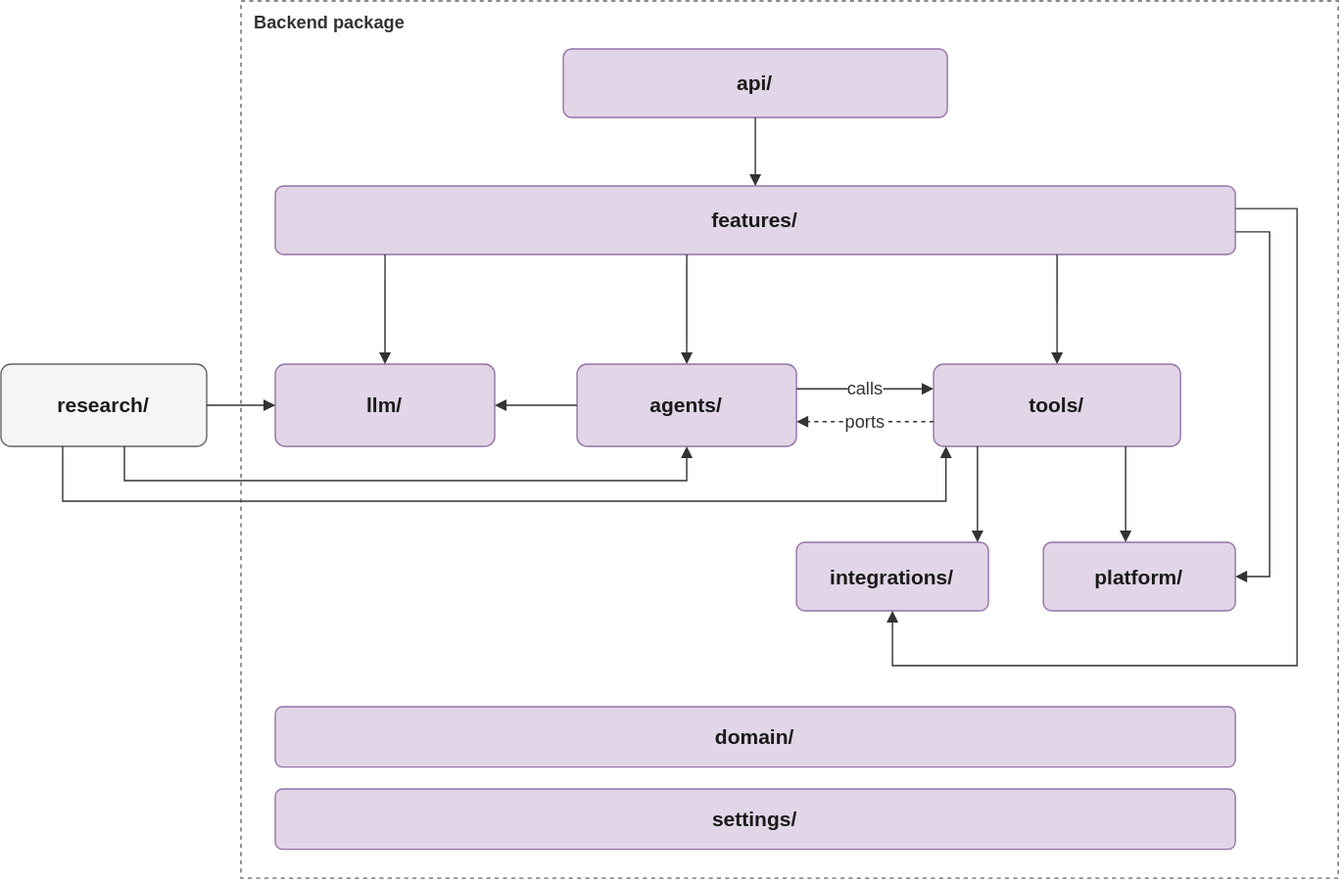
Before: docs/architecture/diagrams/backend-modules.drawio.svg, a diagram exported from draw.io (nhinguyen140809/khoai-lang-graph). Source tidied: cells renumbered, new cells last; positions are measured from the earlier drawing's top-left corner, leaving out a move shared by most shapes.
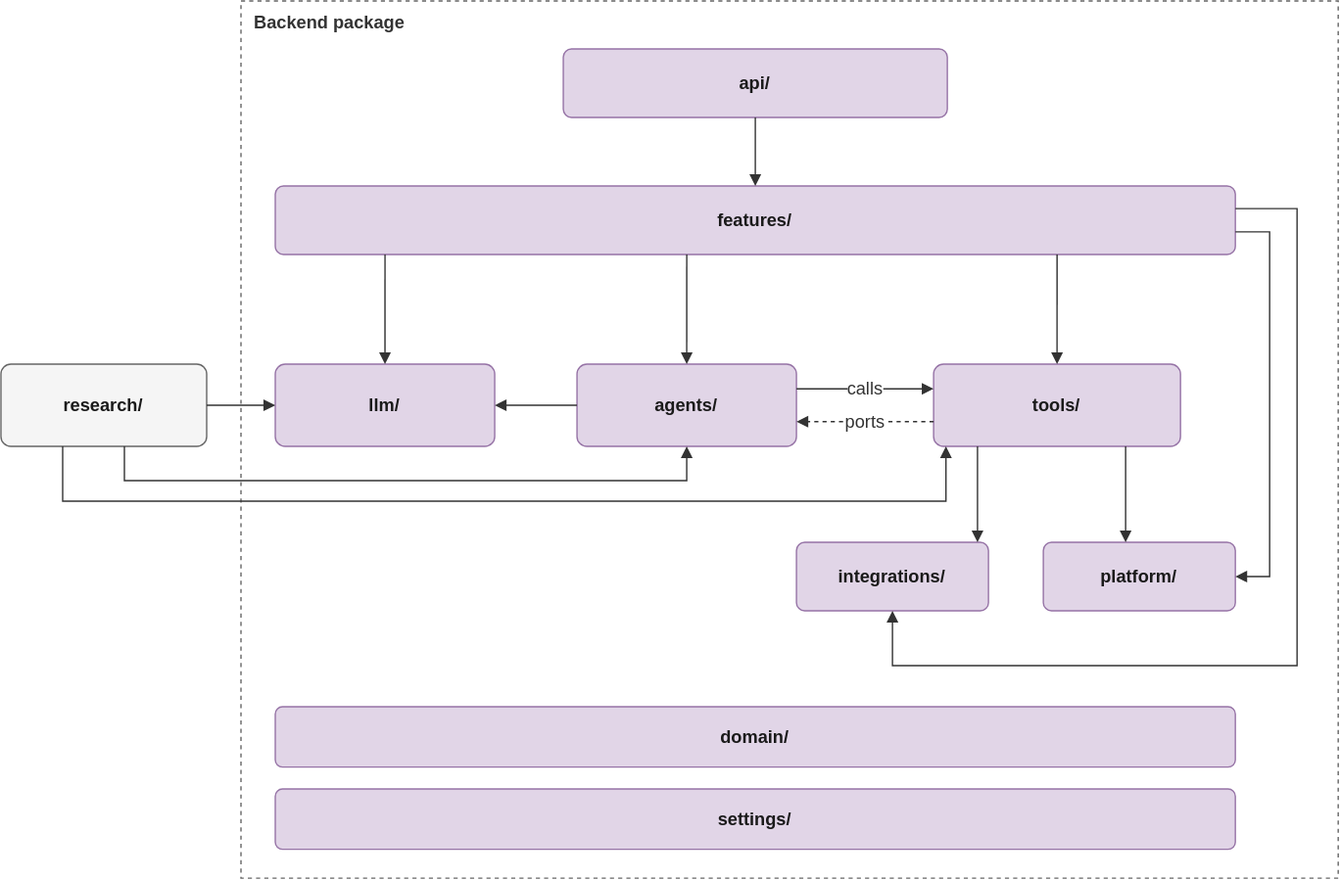
Later version of the same file.

Change to the diagram source:
```diff
@@ -5,34 +5,34 @@
     <mxCell id="2" value="Backend package" style="rounded=0;whiteSpace=wrap;html=1;dashed=1;fillColor=none;strokeColor=#666666;verticalAlign=top;align=left;spacingLeft=8;spacingTop=2;fontStyle=1;fontSize=13;fontColor=#333333;" parent="1" vertex="1">
       <mxGeometry x="175" width="800" height="640" as="geometry" />
     </mxCell>
-    <mxCell id="3" value="&lt;span style=&quot;font-size: 15px;&quot;&gt;&lt;b&gt;api/&lt;/b&gt;&lt;/span&gt;" style="rounded=1;arcSize=12;whiteSpace=wrap;html=1;fillColor=#e1d5e7;strokeColor=#9673a6;fontColor=#1a1a1a;fontSize=13;" parent="2" vertex="1">
+    <mxCell id="3" value="&lt;span style=&quot;font-size:13px;&quot;&gt;&lt;b&gt;api/&lt;/b&gt;&lt;/span&gt;" style="rounded=1;arcSize=12;whiteSpace=wrap;html=1;fillColor=#e1d5e7;strokeColor=#9673a6;fontColor=#1a1a1a;fontSize=13;" parent="2" vertex="1">
       <mxGeometry x="235" y="35" width="280" height="50" as="geometry" />
     </mxCell>
-    <mxCell id="4" value="&lt;span style=&quot;font-size: 15px;&quot;&gt;&lt;b&gt;features/&lt;/b&gt;&lt;/span&gt;" style="rounded=1;arcSize=12;whiteSpace=wrap;html=1;fillColor=#e1d5e7;strokeColor=#9673a6;fontColor=#1a1a1a;fontSize=13;" parent="2" vertex="1">
+    <mxCell id="4" value="&lt;span style=&quot;font-size: 13px;&quot;&gt;&lt;b&gt;features/&lt;/b&gt;&lt;/span&gt;" style="rounded=1;arcSize=12;whiteSpace=wrap;html=1;fillColor=#e1d5e7;strokeColor=#9673a6;fontColor=#1a1a1a;fontSize=13;" parent="2" vertex="1">
       <mxGeometry x="25" y="135" width="700" height="50" as="geometry" />
     </mxCell>
-    <mxCell id="5" value="&lt;span style=&quot;font-size: 15px;&quot;&gt;&lt;b&gt;llm/&lt;/b&gt;&lt;/span&gt;" style="rounded=1;arcSize=12;whiteSpace=wrap;html=1;fillColor=#e1d5e7;strokeColor=#9673a6;fontColor=#1a1a1a;fontSize=13;" parent="2" vertex="1">
+    <mxCell id="5" value="&lt;span style=&quot;font-size:13px;&quot;&gt;&lt;b&gt;llm/&lt;/b&gt;&lt;/span&gt;" style="rounded=1;arcSize=12;whiteSpace=wrap;html=1;fillColor=#e1d5e7;strokeColor=#9673a6;fontColor=#1a1a1a;fontSize=13;" parent="2" vertex="1">
       <mxGeometry x="25" y="265" width="160" height="60" as="geometry" />
     </mxCell>
-    <mxCell id="6" value="&lt;span style=&quot;font-size: 15px;&quot;&gt;&lt;b&gt;agents/&lt;/b&gt;&lt;/span&gt;" style="rounded=1;arcSize=12;whiteSpace=wrap;html=1;fillColor=#e1d5e7;strokeColor=#9673a6;fontColor=#1a1a1a;fontSize=13;" parent="2" vertex="1">
+    <mxCell id="6" value="&lt;span style=&quot;font-size:13px;&quot;&gt;&lt;b&gt;agents/&lt;/b&gt;&lt;/span&gt;" style="rounded=1;arcSize=12;whiteSpace=wrap;html=1;fillColor=#e1d5e7;strokeColor=#9673a6;fontColor=#1a1a1a;fontSize=13;" parent="2" vertex="1">
       <mxGeometry x="245" y="265" width="160" height="60" as="geometry" />
     </mxCell>
-    <mxCell id="7" value="&lt;span style=&quot;font-size: 15px;&quot;&gt;&lt;b&gt;tools/&lt;/b&gt;&lt;/span&gt;" style="rounded=1;arcSize=12;whiteSpace=wrap;html=1;fillColor=#e1d5e7;strokeColor=#9673a6;fontColor=#1a1a1a;fontSize=13;" parent="2" vertex="1">
+    <mxCell id="7" value="&lt;span style=&quot;font-size:13px;&quot;&gt;&lt;b&gt;tools/&lt;/b&gt;&lt;/span&gt;" style="rounded=1;arcSize=12;whiteSpace=wrap;html=1;fillColor=#e1d5e7;strokeColor=#9673a6;fontColor=#1a1a1a;fontSize=13;" parent="2" vertex="1">
       <mxGeometry x="505" y="265" width="180" height="60" as="geometry" />
     </mxCell>
-    <mxCell id="8" value="&lt;span style=&quot;font-size: 15px;&quot;&gt;&lt;b&gt;integrations/&lt;/b&gt;&lt;/span&gt;" style="rounded=1;arcSize=12;whiteSpace=wrap;html=1;fillColor=#e1d5e7;strokeColor=#9673a6;fontColor=#1a1a1a;fontSize=13;" parent="2" vertex="1">
+    <mxCell id="8" value="&lt;span style=&quot;font-size:13px;&quot;&gt;&lt;b&gt;integrations/&lt;/b&gt;&lt;/span&gt;" style="rounded=1;arcSize=12;whiteSpace=wrap;html=1;fillColor=#e1d5e7;strokeColor=#9673a6;fontColor=#1a1a1a;fontSize=13;" parent="2" vertex="1">
       <mxGeometry x="405" y="395" width="140" height="50" as="geometry" />
     </mxCell>
-    <mxCell id="9" value="&lt;span style=&quot;font-size: 15px;&quot;&gt;&lt;b&gt;platform/&lt;/b&gt;&lt;/span&gt;" style="rounded=1;arcSize=12;whiteSpace=wrap;html=1;fillColor=#e1d5e7;strokeColor=#9673a6;fontColor=#1a1a1a;fontSize=13;" parent="2" vertex="1">
+    <mxCell id="9" value="&lt;span style=&quot;font-size:13px;&quot;&gt;&lt;b&gt;platform/&lt;/b&gt;&lt;/span&gt;" style="rounded=1;arcSize=12;whiteSpace=wrap;html=1;fillColor=#e1d5e7;strokeColor=#9673a6;fontColor=#1a1a1a;fontSize=13;" parent="2" vertex="1">
       <mxGeometry x="585" y="395" width="140" height="50" as="geometry" />
     </mxCell>
-    <mxCell id="10" value="&lt;span style=&quot;font-size: 15px;&quot;&gt;&lt;b&gt;domain/&lt;/b&gt;&lt;/span&gt;" style="rounded=1;arcSize=12;whiteSpace=wrap;html=1;fillColor=#e1d5e7;strokeColor=#9673a6;fontColor=#1a1a1a;fontSize=13;" parent="2" vertex="1">
+    <mxCell id="10" value="&lt;span style=&quot;font-size:13px;&quot;&gt;&lt;b&gt;domain/&lt;/b&gt;&lt;/span&gt;" style="rounded=1;arcSize=12;whiteSpace=wrap;html=1;fillColor=#e1d5e7;strokeColor=#9673a6;fontColor=#1a1a1a;fontSize=13;" parent="2" vertex="1">
       <mxGeometry x="25" y="515" width="700" height="44" as="geometry" />
     </mxCell>
-    <mxCell id="11" value="&lt;span style=&quot;font-size: 15px;&quot;&gt;&lt;b&gt;settings/&lt;/b&gt;&lt;/span&gt;" style="rounded=1;arcSize=12;whiteSpace=wrap;html=1;fillColor=#e1d5e7;strokeColor=#9673a6;fontColor=#1a1a1a;fontSize=13;" parent="2" vertex="1">
+    <mxCell id="11" value="&lt;span style=&quot;font-size:13px;&quot;&gt;&lt;b&gt;settings/&lt;/b&gt;&lt;/span&gt;" style="rounded=1;arcSize=12;whiteSpace=wrap;html=1;fillColor=#e1d5e7;strokeColor=#9673a6;fontColor=#1a1a1a;fontSize=13;" parent="2" vertex="1">
       <mxGeometry x="25" y="575" width="700" height="44" as="geometry" />
     </mxCell>
-    <mxCell id="12" value="&lt;span style=&quot;font-size: 15px;&quot;&gt;&lt;b&gt;research/&lt;/b&gt;&lt;/span&gt;" style="rounded=1;arcSize=12;whiteSpace=wrap;html=1;fillColor=#f5f5f5;strokeColor=#666666;fontColor=#1a1a1a;fontSize=13;" parent="1" vertex="1">
+    <mxCell id="12" value="&lt;span style=&quot;font-size:13px;&quot;&gt;&lt;b&gt;research/&lt;/b&gt;&lt;/span&gt;" style="rounded=1;arcSize=12;whiteSpace=wrap;html=1;fillColor=#f5f5f5;strokeColor=#666666;fontColor=#1a1a1a;fontSize=13;" parent="1" vertex="1">
       <mxGeometry y="265" width="150" height="60" as="geometry" />
     </mxCell>
     <mxCell id="13" style="edgeStyle=none;rounded=0;html=1;endArrow=block;endFill=1;strokeColor=#333333;fontSize=13;fontColor=#333333;labelBackgroundColor=#ffffff;exitX=0.5;exitY=1;exitDx=0;exitDy=0;entryX=0.5;entryY=0;entryDx=0;entryDy=0;" parent="1" edge="1" source="3" target="4">
```
